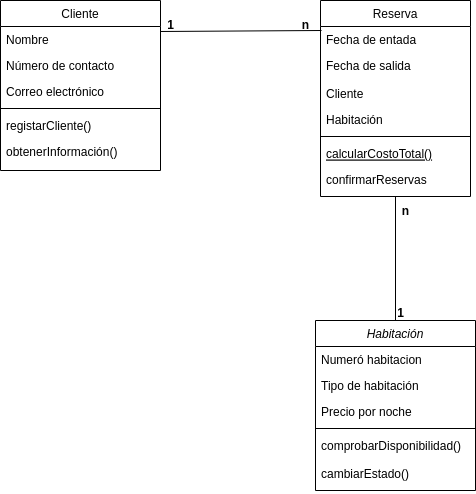
aday-ctr/clases keeps this draw.io diagram as ejercicio1.png. Above is the earlier version. Source tidied: cells renumbered, new cells last; positions are measured from the earlier drawing's top-left corner, leaving out a move shared by most shapes.
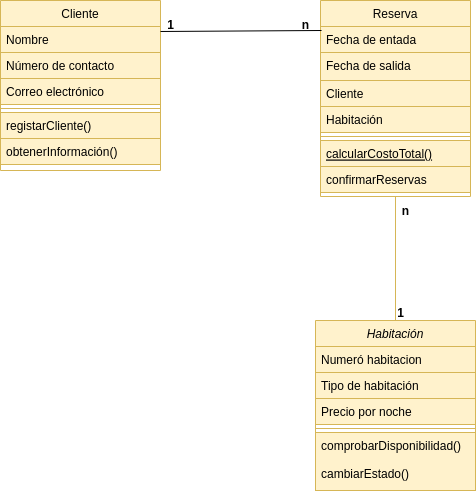
After the change.

Diff of the diagram source:
```diff
@@ -2,85 +2,85 @@
   <root>
     <mxCell id="0" />
     <mxCell id="1" parent="0" />
-    <mxCell id="2" value="Habitación" style="swimlane;fontStyle=2;align=center;verticalAlign=top;horizontal=1;startSize=26;rounded=0;shadow=0;strokeWidth=1;" parent="1" vertex="1">
+    <mxCell id="2" value="Habitación" style="swimlane;fontStyle=2;align=center;verticalAlign=top;horizontal=1;startSize=26;rounded=0;shadow=0;strokeWidth=1;fillColor=#fff2cc;strokeColor=#d6b656;" parent="1" vertex="1">
       <mxGeometry x="315" y="320" width="160" height="170" as="geometry" />
     </mxCell>
-    <mxCell id="3" value="Numeró habitacion" style="text;align=left;verticalAlign=top;spacingLeft=4;spacingRight=4;overflow=hidden;" parent="2" vertex="1">
+    <mxCell id="3" value="Numeró habitacion" style="text;align=left;verticalAlign=top;spacingLeft=4;spacingRight=4;overflow=hidden;fillColor=#fff2cc;strokeColor=#d6b656;" parent="2" vertex="1">
       <mxGeometry y="26" width="160" height="26" as="geometry" />
     </mxCell>
-    <mxCell id="4" value="Tipo de habitación" style="text;align=left;verticalAlign=top;spacingLeft=4;spacingRight=4;overflow=hidden;rounded=0;shadow=0;html=0;" parent="2" vertex="1">
+    <mxCell id="4" value="Tipo de habitación" style="text;align=left;verticalAlign=top;spacingLeft=4;spacingRight=4;overflow=hidden;rounded=0;shadow=0;html=0;fillColor=#fff2cc;strokeColor=#d6b656;" parent="2" vertex="1">
       <mxGeometry y="52" width="160" height="26" as="geometry" />
     </mxCell>
-    <mxCell id="5" value="Precio por noche" style="text;align=left;verticalAlign=top;spacingLeft=4;spacingRight=4;overflow=hidden;rounded=0;shadow=0;html=0;" parent="2" vertex="1">
+    <mxCell id="5" value="Precio por noche" style="text;align=left;verticalAlign=top;spacingLeft=4;spacingRight=4;overflow=hidden;rounded=0;shadow=0;html=0;fillColor=#fff2cc;strokeColor=#d6b656;" parent="2" vertex="1">
       <mxGeometry y="78" width="160" height="26" as="geometry" />
     </mxCell>
-    <mxCell id="6" style="line;html=1;strokeWidth=1;align=left;verticalAlign=middle;spacingTop=-1;spacingLeft=3;spacingRight=3;labelPosition=right;" parent="2" vertex="1">
+    <mxCell id="6" style="line;html=1;strokeWidth=1;align=left;verticalAlign=middle;spacingTop=-1;spacingLeft=3;spacingRight=3;labelPosition=right;fillColor=#fff2cc;strokeColor=#d6b656;" parent="2" vertex="1">
       <mxGeometry y="104" width="160" height="8" as="geometry" />
     </mxCell>
-    <mxCell id="7" value="comprobarDisponibilidad()&#10;&#10;cambiarEstado()&#10;" style="text;align=left;verticalAlign=top;spacingLeft=4;spacingRight=4;overflow=hidden;" parent="2" vertex="1">
+    <mxCell id="7" value="comprobarDisponibilidad()&#10;&#10;cambiarEstado()&#10;" style="text;align=left;verticalAlign=top;spacingLeft=4;spacingRight=4;overflow=hidden;fillColor=#fff2cc;strokeColor=#d6b656;" parent="2" vertex="1">
       <mxGeometry y="112" width="160" height="58" as="geometry" />
     </mxCell>
-    <mxCell id="8" value="Reserva" style="swimlane;fontStyle=0;align=center;verticalAlign=top;horizontal=1;startSize=26;rounded=0;shadow=0;strokeWidth=1;" parent="1" vertex="1">
+    <mxCell id="8" value="Reserva" style="swimlane;fontStyle=0;align=center;verticalAlign=top;horizontal=1;startSize=26;rounded=0;shadow=0;strokeWidth=1;fillColor=#fff2cc;strokeColor=#d6b656;" parent="1" vertex="1">
       <mxGeometry x="320" width="150" height="196" as="geometry" />
     </mxCell>
-    <mxCell id="9" value="Fecha de entada" style="text;align=left;verticalAlign=top;spacingLeft=4;spacingRight=4;overflow=hidden;points=[[0,0.5],[1,0.5]];portConstraint=eastwest;" parent="8" vertex="1">
+    <mxCell id="9" value="Fecha de entada" style="text;align=left;verticalAlign=top;spacingLeft=4;spacingRight=4;overflow=hidden;points=[[0,0.5],[1,0.5]];portConstraint=eastwest;fillColor=#fff2cc;strokeColor=#d6b656;" parent="8" vertex="1">
       <mxGeometry y="26" width="150" height="26" as="geometry" />
     </mxCell>
-    <mxCell id="10" value="Fecha de salida" style="text;align=left;verticalAlign=top;spacingLeft=4;spacingRight=4;overflow=hidden;rounded=0;shadow=0;html=0;" parent="8" vertex="1">
+    <mxCell id="10" value="Fecha de salida" style="text;align=left;verticalAlign=top;spacingLeft=4;spacingRight=4;overflow=hidden;rounded=0;shadow=0;html=0;fillColor=#fff2cc;strokeColor=#d6b656;" parent="8" vertex="1">
       <mxGeometry y="52" width="150" height="28" as="geometry" />
     </mxCell>
-    <mxCell id="11" value="Cliente" style="text;align=left;verticalAlign=top;spacingLeft=4;spacingRight=4;overflow=hidden;" parent="8" vertex="1">
+    <mxCell id="11" value="Cliente" style="text;align=left;verticalAlign=top;spacingLeft=4;spacingRight=4;overflow=hidden;fillColor=#fff2cc;strokeColor=#d6b656;" parent="8" vertex="1">
       <mxGeometry y="80" width="150" height="26" as="geometry" />
     </mxCell>
-    <mxCell id="12" value="Habitación" style="text;align=left;verticalAlign=top;spacingLeft=4;spacingRight=4;overflow=hidden;" parent="8" vertex="1">
+    <mxCell id="12" value="Habitación" style="text;align=left;verticalAlign=top;spacingLeft=4;spacingRight=4;overflow=hidden;fillColor=#fff2cc;strokeColor=#d6b656;" parent="8" vertex="1">
       <mxGeometry y="106" width="150" height="26" as="geometry" />
     </mxCell>
-    <mxCell id="13" style="line;html=1;strokeWidth=1;align=left;verticalAlign=middle;spacingTop=-1;spacingLeft=3;spacingRight=3;labelPosition=right;" parent="8" vertex="1">
+    <mxCell id="13" style="line;html=1;strokeWidth=1;align=left;verticalAlign=middle;spacingTop=-1;spacingLeft=3;spacingRight=3;labelPosition=right;fillColor=#fff2cc;strokeColor=#d6b656;" parent="8" vertex="1">
       <mxGeometry y="132" width="150" height="8" as="geometry" />
     </mxCell>
-    <mxCell id="14" value="calcularCostoTotal()" style="text;align=left;verticalAlign=top;spacingLeft=4;spacingRight=4;overflow=hidden;fontStyle=4;" parent="8" vertex="1">
+    <mxCell id="14" value="calcularCostoTotal()" style="text;align=left;verticalAlign=top;spacingLeft=4;spacingRight=4;overflow=hidden;fontStyle=4;fillColor=#fff2cc;strokeColor=#d6b656;" parent="8" vertex="1">
       <mxGeometry y="140" width="150" height="26" as="geometry" />
     </mxCell>
-    <mxCell id="15" value="confirmarReservas" style="text;align=left;verticalAlign=top;spacingLeft=4;spacingRight=4;overflow=hidden;" parent="8" vertex="1">
+    <mxCell id="15" value="confirmarReservas" style="text;align=left;verticalAlign=top;spacingLeft=4;spacingRight=4;overflow=hidden;fillColor=#fff2cc;strokeColor=#d6b656;" parent="8" vertex="1">
       <mxGeometry y="166" width="150" height="26" as="geometry" />
     </mxCell>
-    <mxCell id="16" value="Cliente" style="swimlane;fontStyle=0;align=center;verticalAlign=top;horizontal=1;startSize=26;rounded=0;shadow=0;strokeWidth=1;" parent="1" vertex="1">
+    <mxCell id="16" value="Cliente" style="swimlane;fontStyle=0;align=center;verticalAlign=top;horizontal=1;startSize=26;rounded=0;shadow=0;strokeWidth=1;fillColor=#fff2cc;strokeColor=#d6b656;" parent="1" vertex="1">
       <mxGeometry width="160" height="170" as="geometry" />
     </mxCell>
-    <mxCell id="17" value="Nombre" style="text;align=left;verticalAlign=top;spacingLeft=4;spacingRight=4;overflow=hidden;points=[[0,0.5],[1,0.5]];portConstraint=eastwest;" parent="16" vertex="1">
+    <mxCell id="17" value="Nombre" style="text;align=left;verticalAlign=top;spacingLeft=4;spacingRight=4;overflow=hidden;points=[[0,0.5],[1,0.5]];portConstraint=eastwest;fillColor=#fff2cc;strokeColor=#d6b656;" parent="16" vertex="1">
       <mxGeometry y="26" width="160" height="26" as="geometry" />
     </mxCell>
-    <mxCell id="18" value="Número de contacto" style="text;align=left;verticalAlign=top;spacingLeft=4;spacingRight=4;overflow=hidden;rounded=0;shadow=0;html=0;" parent="16" vertex="1">
+    <mxCell id="18" value="Número de contacto" style="text;align=left;verticalAlign=top;spacingLeft=4;spacingRight=4;overflow=hidden;rounded=0;shadow=0;html=0;fillColor=#fff2cc;strokeColor=#d6b656;" parent="16" vertex="1">
       <mxGeometry y="52" width="160" height="26" as="geometry" />
     </mxCell>
-    <mxCell id="19" value="Correo electrónico" style="text;align=left;verticalAlign=top;spacingLeft=4;spacingRight=4;overflow=hidden;rounded=0;shadow=0;html=0;" parent="16" vertex="1">
+    <mxCell id="19" value="Correo electrónico" style="text;align=left;verticalAlign=top;spacingLeft=4;spacingRight=4;overflow=hidden;rounded=0;shadow=0;html=0;fillColor=#fff2cc;strokeColor=#d6b656;" parent="16" vertex="1">
       <mxGeometry y="78" width="160" height="26" as="geometry" />
     </mxCell>
-    <mxCell id="20" style="line;html=1;strokeWidth=1;align=left;verticalAlign=middle;spacingTop=-1;spacingLeft=3;spacingRight=3;labelPosition=right;" parent="16" vertex="1">
+    <mxCell id="20" style="line;html=1;strokeWidth=1;align=left;verticalAlign=middle;spacingTop=-1;spacingLeft=3;spacingRight=3;labelPosition=right;fillColor=#fff2cc;strokeColor=#d6b656;" parent="16" vertex="1">
       <mxGeometry y="104" width="160" height="8" as="geometry" />
     </mxCell>
-    <mxCell id="21" value="registarCliente()" style="text;align=left;verticalAlign=top;spacingLeft=4;spacingRight=4;overflow=hidden;" parent="16" vertex="1">
+    <mxCell id="21" value="registarCliente()" style="text;align=left;verticalAlign=top;spacingLeft=4;spacingRight=4;overflow=hidden;fillColor=#fff2cc;strokeColor=#d6b656;" parent="16" vertex="1">
       <mxGeometry y="112" width="160" height="26" as="geometry" />
     </mxCell>
-    <mxCell id="22" value="obtenerInformación()" style="text;align=left;verticalAlign=top;spacingLeft=4;spacingRight=4;overflow=hidden;" parent="16" vertex="1">
+    <mxCell id="22" value="obtenerInformación()" style="text;align=left;verticalAlign=top;spacingLeft=4;spacingRight=4;overflow=hidden;fillColor=#fff2cc;strokeColor=#d6b656;" parent="16" vertex="1">
       <mxGeometry y="138" width="160" height="26" as="geometry" />
     </mxCell>
     <mxCell id="23" style="endArrow=none;html=1;rounded=0;exitX=1;exitY=0.192;exitDx=0;exitDy=0;exitPerimeter=0;entryX=0.007;entryY=0.154;entryDx=0;entryDy=0;entryPerimeter=0;" parent="1" edge="1" source="17" target="9">
       <mxGeometry relative="1" as="geometry" />
     </mxCell>
-    <mxCell id="24" value="&lt;b&gt;1&lt;/b&gt;" style="text;html=1;align=center;verticalAlign=middle;strokeColor=none;fillColor=none;" parent="1" vertex="1">
+    <mxCell id="24" value="&lt;b&gt;1&lt;/b&gt;" style="text;html=1;align=center;verticalAlign=middle;" parent="1" vertex="1">
       <mxGeometry x="155" y="10" width="30" height="30" as="geometry" />
     </mxCell>
-    <mxCell id="25" value="&lt;b&gt;n&lt;/b&gt;" style="text;html=1;align=center;verticalAlign=middle;strokeColor=none;fillColor=none;" parent="1" vertex="1">
+    <mxCell id="25" value="&lt;b&gt;n&lt;/b&gt;" style="text;html=1;align=center;verticalAlign=middle;" parent="1" vertex="1">
       <mxGeometry x="290" y="10" width="30" height="30" as="geometry" />
     </mxCell>
-    <mxCell id="26" style="endArrow=none;html=1;rounded=0;entryX=0.5;entryY=1;entryDx=0;entryDy=0;exitX=0.5;exitY=0;exitDx=0;exitDy=0;" parent="1" edge="1" source="2" target="8">
+    <mxCell id="26" style="endArrow=none;html=1;rounded=0;entryX=0.5;entryY=1;entryDx=0;entryDy=0;exitX=0.5;exitY=0;exitDx=0;exitDy=0;fillColor=#fff2cc;strokeColor=#d6b656;" parent="1" edge="1" source="2" target="8">
       <mxGeometry relative="1" as="geometry" />
     </mxCell>
-    <mxCell id="27" value="&lt;b&gt;n&lt;/b&gt;" style="text;html=1;align=center;verticalAlign=middle;strokeColor=none;fillColor=none;" parent="1" vertex="1">
+    <mxCell id="27" value="&lt;b&gt;n&lt;/b&gt;" style="text;html=1;align=center;verticalAlign=middle;" parent="1" vertex="1">
       <mxGeometry x="390" y="196" width="30" height="30" as="geometry" />
     </mxCell>
-    <mxCell id="28" value="&lt;b&gt;1&lt;/b&gt;" style="text;html=1;align=center;verticalAlign=middle;strokeColor=none;fillColor=none;" parent="1" vertex="1">
+    <mxCell id="28" value="&lt;b&gt;1&lt;/b&gt;" style="text;html=1;align=center;verticalAlign=middle;" parent="1" vertex="1">
       <mxGeometry x="385" y="298" width="30" height="30" as="geometry" />
     </mxCell>
   </root>
```
